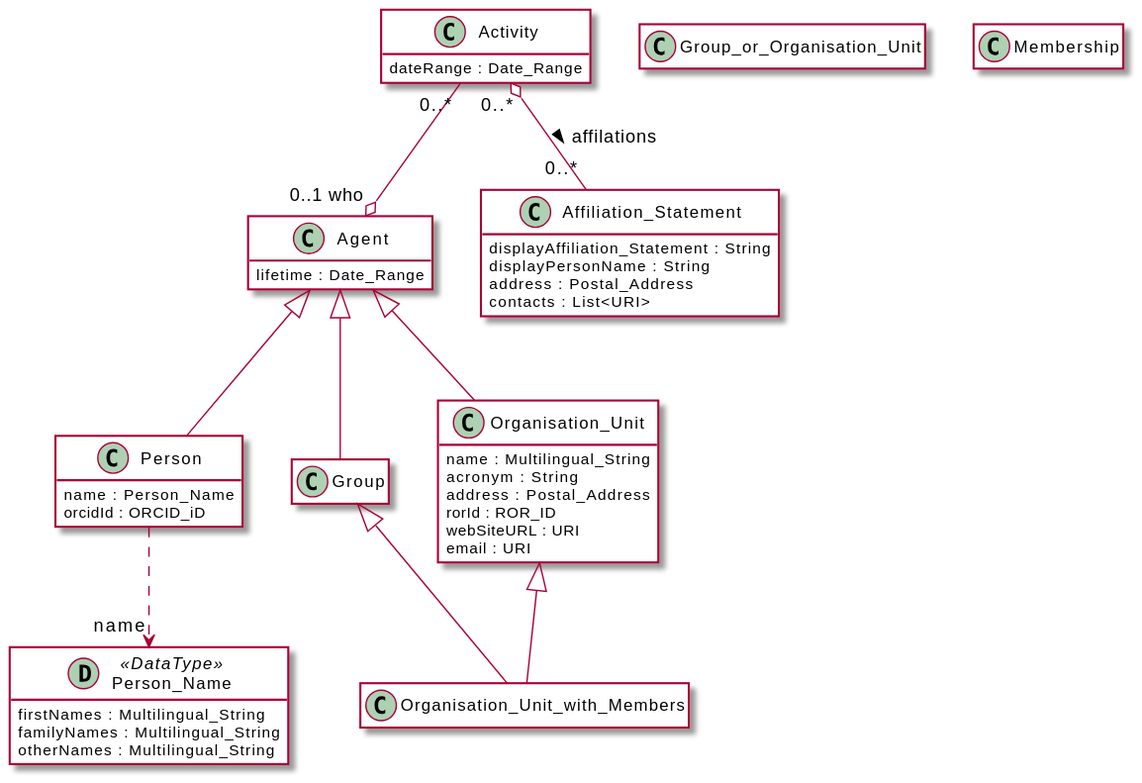
EuroCRIS/CERIF-Core keeps this PlantUML diagram as diagrams/membership.svg. Above is the earlier version.
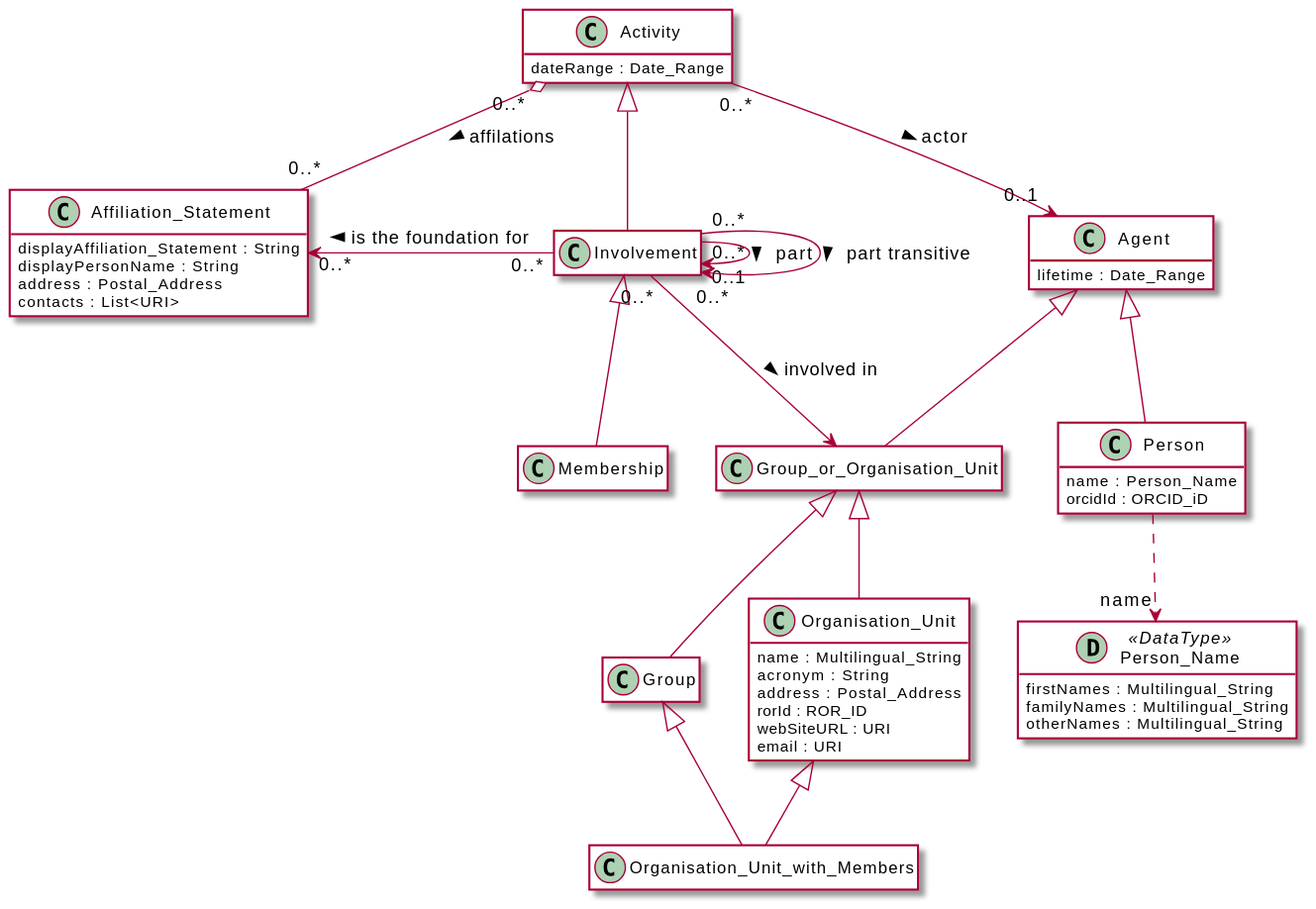
The same file after the commit.

What changed in the source:
```diff
@@ -6,8 +6,10 @@
     !includesub core.puml!Membership
     !includesub core.puml!Person
     !includesub core.puml!Group
-    !includesub core.puml!OrgUnit
-    !includesub core.puml!OrgUnitWithMembers
-    !includesub core.puml!AffiliationStatement
+    !includesub core.puml!Organisation_Unit
+    !includesub core.puml!Organisation_Unit_with_Members
+    !includesub core.puml!Group_or_Organisation_Unit
+    !includesub core.puml!Involvement
+    !includesub core.puml!Affiliation_Statement
 
 @enduml
```
